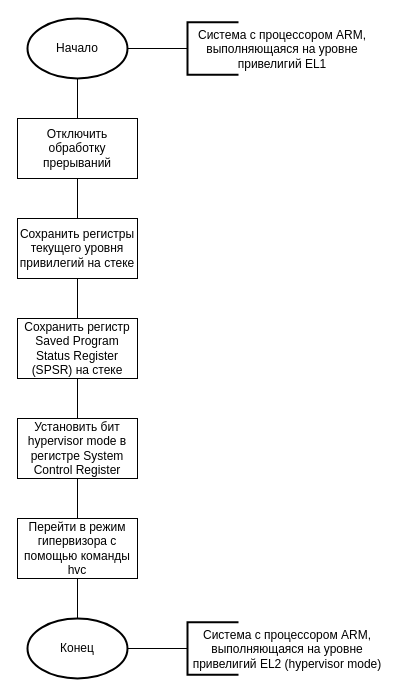
The draw.io diagram sem_03/nir/drawio/algos.drawio in mRrvz/bmstu-masters-papers, before the edit. Source tidied: cells renumbered, new cells numbered last; positions are measured from the earlier drawing's top-left corner, leaving out a move shared by most shapes. Both pictures are drawn from the tidied source at 100%, with x=0, y=0 at pixel (17, 18).
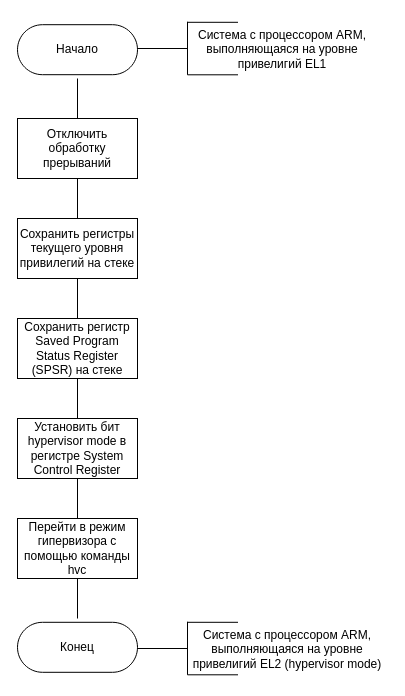
The same page after the edit.

Unchanged cells that the change refers to:
```xml
<mxCell id="3" value="Отключить обработку прерываний" style="rounded=0;whiteSpace=wrap;html=1;" parent="1" vertex="1">
  <mxGeometry y="100" width="120" height="60" as="geometry" />
</mxCell>
<mxCell id="7" value="Перейти в режим гипервизора с помощью команды hvc" style="rounded=0;whiteSpace=wrap;html=1;" parent="1" vertex="1">
  <mxGeometry y="500" width="120" height="60" as="geometry" />
</mxCell>
```

The edit, as a diff of the source:
```diff
@@
-    <mxCell id="2" value="Начало" style="strokeWidth=2;html=1;shape=mxgraph.flowchart.start_1;whiteSpace=wrap;" parent="1" vertex="1">
-      <mxGeometry x="10" width="100" height="60" as="geometry" />
-    </mxCell>
@@
-    <mxCell id="12" value="Конец" style="strokeWidth=2;html=1;shape=mxgraph.flowchart.start_1;whiteSpace=wrap;" parent="1" vertex="1">
-      <mxGeometry x="10" y="600" width="100" height="60" as="geometry" />
-    </mxCell>
-    <mxCell id="13" style="endArrow=none;html=1;rounded=0;entryX=0.5;entryY=1;entryDx=0;entryDy=0;entryPerimeter=0;exitX=0.5;exitY=0;exitDx=0;exitDy=0;" parent="1" edge="1" source="3" target="2">
-      <mxGeometry relative="1" as="geometry" />
+    <mxCell id="13" style="endArrow=none;html=1;rounded=0;entryX=0.5;entryY=1;entryDx=0;entryDy=0;entryPerimeter=0;exitX=0.5;exitY=0;exitDx=0;exitDy=0;" parent="1" edge="1" source="3">
+      <mxGeometry relative="1" as="geometry">
+        <mxPoint x="60" y="60" as="targetPoint" />
+      </mxGeometry>
     </mxCell>
-    <mxCell id="14" style="endArrow=none;html=1;rounded=0;exitX=0.5;exitY=1;exitDx=0;exitDy=0;entryX=0.5;entryY=0;entryDx=0;entryDy=0;entryPerimeter=0;" parent="1" edge="1" source="7" target="12">
-      <mxGeometry relative="1" as="geometry" />
+    <mxCell id="14" style="endArrow=none;html=1;rounded=0;exitX=0.5;exitY=1;exitDx=0;exitDy=0;entryX=0.5;entryY=0;entryDx=0;entryDy=0;entryPerimeter=0;" parent="1" edge="1" source="7">
+      <mxGeometry relative="1" as="geometry">
+        <mxPoint x="60" y="600" as="targetPoint" />
+      </mxGeometry>
     </mxCell>
-    <mxCell id="15" style="html=1;dashed=0;whiteSpace=wrap;shape=partialRectangle;right=0;fillColor=none;strokeWidth=2;" parent="1" vertex="1">
+    <mxCell id="15" style="html=1;dashed=0;whiteSpace=wrap;shape=partialRectangle;right=0;fillColor=none;strokeWidth=1;" parent="1" vertex="1">
       <mxGeometry x="170" y="3.8" width="50" height="52.5" as="geometry" />
     </mxCell>
@@
-    <mxCell id="17" style="endArrow=none;html=1;rounded=0;exitX=1;exitY=0.5;exitDx=0;exitDy=0;exitPerimeter=0;" parent="1" edge="1" source="2">
+    <mxCell id="17" style="endArrow=none;html=1;rounded=0;exitX=1;exitY=0.5;exitDx=0;exitDy=0;exitPerimeter=0;" parent="1" edge="1">
       <mxGeometry relative="1" as="geometry">
+        <mxPoint x="110" y="30" as="sourcePoint" />
         <mxPoint x="170" y="30" as="targetPoint" />
       </mxGeometry>
     </mxCell>
-    <mxCell id="18" style="html=1;dashed=0;whiteSpace=wrap;shape=partialRectangle;right=0;fillColor=none;strokeWidth=2;" parent="1" vertex="1">
+    <mxCell id="18" style="html=1;dashed=0;whiteSpace=wrap;shape=partialRectangle;right=0;fillColor=none;strokeWidth=1;" parent="1" vertex="1">
       <mxGeometry x="170" y="603.8" width="50" height="52.5" as="geometry" />
     </mxCell>
@@
+    <mxCell id="2" value="Начало" style="html=1;dashed=0;whiteSpace=wrap;shape=mxgraph.dfd.start;" parent="1" vertex="1">
+      <mxGeometry y="6.2" width="120" height="50" as="geometry" />
+    </mxCell>
+    <mxCell id="12" value="Конец" style="html=1;dashed=0;whiteSpace=wrap;shape=mxgraph.dfd.start;" parent="1" vertex="1">
+      <mxGeometry y="603.8" width="120" height="50" as="geometry" />
+    </mxCell>
```
